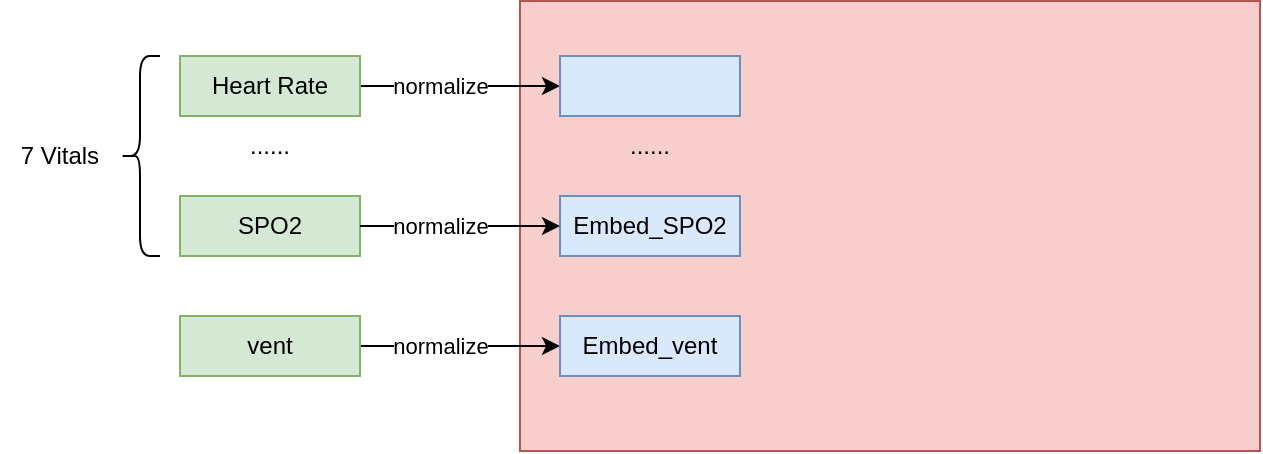
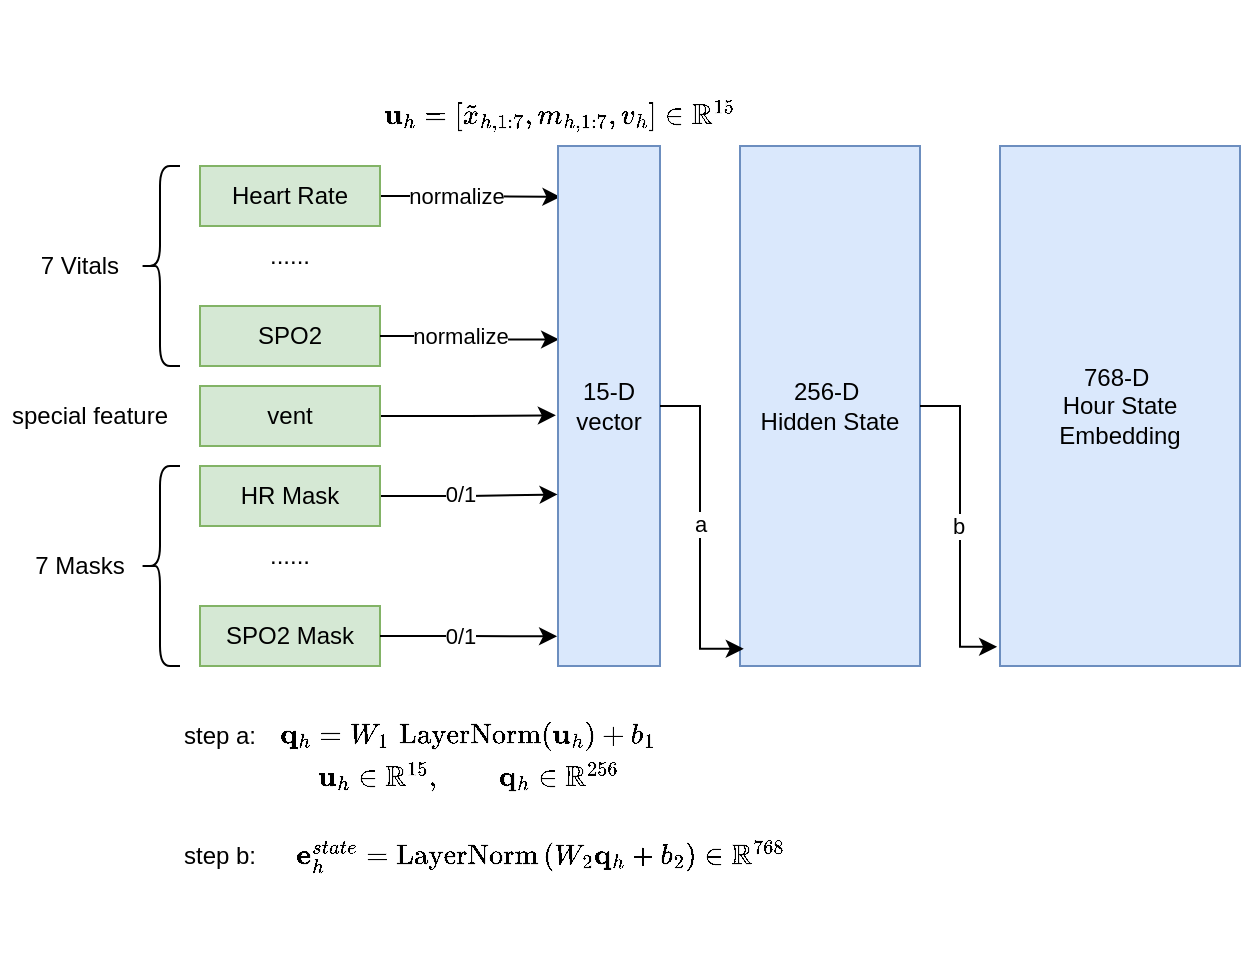
<mxfile host="app.diagrams.net">
  <diagram name="第 1 页" id="nAsU6gyC1mNvlDI-DRoH">
-     <mxGraphModel dx="717" dy="458" grid="1" gridSize="10" guides="1" tooltips="1" connect="1" arrows="1" fold="1" page="1" pageScale="1" pageWidth="827" pageHeight="1169" math="1" shadow="0">
+     <mxGraphModel dx="860" dy="550" grid="1" gridSize="10" guides="1" tooltips="1" connect="1" arrows="1" fold="1" page="1" pageScale="1" pageWidth="827" pageHeight="1169" math="1" shadow="0">
      <root>
        <mxCell id="0" />
        <mxCell id="1" parent="0" />
-         <mxCell id="kKPQh_yyxQglyLtZ7Z46-17" parent="1" style="rounded=0;whiteSpace=wrap;html=1;fillColor=#f8cecc;strokeColor=#b85450;" value="" vertex="1">
-           <mxGeometry height="225" width="370" x="360" y="152.5" as="geometry" />
-         </mxCell>
-         <mxCell id="kKPQh_yyxQglyLtZ7Z46-4" edge="1" parent="1" source="pDWxXRjlAIgQHcPaZFlJ-1" style="edgeStyle=orthogonalEdgeStyle;rounded=0;orthogonalLoop=1;jettySize=auto;html=1;exitX=1;exitY=0.5;exitDx=0;exitDy=0;entryX=0;entryY=0.5;entryDx=0;entryDy=0;" target="kKPQh_yyxQglyLtZ7Z46-1">
-           <mxGeometry relative="1" as="geometry" />
+         <mxCell id="kKPQh_yyxQglyLtZ7Z46-4" edge="1" parent="1" source="pDWxXRjlAIgQHcPaZFlJ-1" style="edgeStyle=orthogonalEdgeStyle;rounded=0;orthogonalLoop=1;jettySize=auto;html=1;exitX=1;exitY=0.5;exitDx=0;exitDy=0;entryX=0.024;entryY=0.098;entryDx=0;entryDy=0;entryPerimeter=0;" target="kKPQh_yyxQglyLtZ7Z46-21">
+           <mxGeometry relative="1" as="geometry">
+             <mxPoint x="380" y="195" as="targetPoint" />
+           </mxGeometry>
        </mxCell>
        <mxCell id="kKPQh_yyxQglyLtZ7Z46-18" connectable="0" parent="kKPQh_yyxQglyLtZ7Z46-4" style="edgeLabel;html=1;align=center;verticalAlign=middle;resizable=0;points=[];" value="normalize" vertex="1">
          <mxGeometry relative="1" x="-0.6228" y="-1" as="geometry">
            <mxPoint x="21" y="-1" as="offset" />
          </mxGeometry>
        </mxCell>
        <mxCell id="pDWxXRjlAIgQHcPaZFlJ-1" parent="1" style="rounded=0;whiteSpace=wrap;html=1;fillColor=#d5e8d4;strokeColor=#82b366;" value="Heart Rate" vertex="1">
          <mxGeometry height="30" width="90" x="190" y="180" as="geometry" />
        </mxCell>
        <mxCell id="pDWxXRjlAIgQHcPaZFlJ-4" parent="1" style="rounded=0;whiteSpace=wrap;html=1;fillColor=#d5e8d4;strokeColor=#82b366;" value="SPO2" vertex="1">
          <mxGeometry height="30" width="90" x="190" y="250" as="geometry" />
        </mxCell>
-         <mxCell id="kKPQh_yyxQglyLtZ7Z46-7" edge="1" parent="1" source="pDWxXRjlAIgQHcPaZFlJ-5" style="edgeStyle=orthogonalEdgeStyle;rounded=0;orthogonalLoop=1;jettySize=auto;html=1;exitX=1;exitY=0.5;exitDx=0;exitDy=0;entryX=0;entryY=0.5;entryDx=0;entryDy=0;" target="kKPQh_yyxQglyLtZ7Z46-3">
-           <mxGeometry relative="1" as="geometry" />
+         <mxCell id="kKPQh_yyxQglyLtZ7Z46-7" edge="1" parent="1" source="pDWxXRjlAIgQHcPaZFlJ-5" style="edgeStyle=orthogonalEdgeStyle;rounded=0;orthogonalLoop=1;jettySize=auto;html=1;exitX=1;exitY=0.5;exitDx=0;exitDy=0;entryX=-0.021;entryY=0.518;entryDx=0;entryDy=0;entryPerimeter=0;" target="kKPQh_yyxQglyLtZ7Z46-21">
+           <mxGeometry relative="1" as="geometry">
+             <mxPoint x="380" y="305" as="targetPoint" />
+           </mxGeometry>
        </mxCell>
        <mxCell id="pDWxXRjlAIgQHcPaZFlJ-5" parent="1" style="rounded=0;whiteSpace=wrap;html=1;fillColor=#d5e8d4;strokeColor=#82b366;" value="vent" vertex="1">
-           <mxGeometry height="30" width="90" x="190" y="310" as="geometry" />
+           <mxGeometry height="30" width="90" x="190" y="290" as="geometry" />
        </mxCell>
        <mxCell id="pDWxXRjlAIgQHcPaZFlJ-6" parent="1" style="text;html=1;whiteSpace=wrap;strokeColor=none;fillColor=none;align=center;verticalAlign=middle;rounded=0;" value="......" vertex="1">
          <mxGeometry height="30" width="60" x="205" y="210" as="geometry" />
        </mxCell>
-         <mxCell id="kKPQh_yyxQglyLtZ7Z46-1" parent="1" style="rounded=0;whiteSpace=wrap;html=1;fillColor=#dae8fc;strokeColor=#6c8ebf;" value="" vertex="1">
-           <mxGeometry height="30" width="90" x="380" y="180" as="geometry" />
-         </mxCell>
-         <mxCell id="kKPQh_yyxQglyLtZ7Z46-2" parent="1" style="rounded=0;whiteSpace=wrap;html=1;fillColor=#dae8fc;strokeColor=#6c8ebf;" value="Embed_SPO2" vertex="1">
-           <mxGeometry height="30" width="90" x="380" y="250" as="geometry" />
-         </mxCell>
-         <mxCell id="kKPQh_yyxQglyLtZ7Z46-3" parent="1" style="rounded=0;whiteSpace=wrap;html=1;fillColor=#dae8fc;strokeColor=#6c8ebf;" value="Embed_vent" vertex="1">
-           <mxGeometry height="30" width="90" x="380" y="310" as="geometry" />
-         </mxCell>
-         <mxCell id="kKPQh_yyxQglyLtZ7Z46-5" edge="1" parent="1" source="pDWxXRjlAIgQHcPaZFlJ-4" style="edgeStyle=orthogonalEdgeStyle;rounded=0;orthogonalLoop=1;jettySize=auto;html=1;entryX=0;entryY=0.5;entryDx=0;entryDy=0;exitX=1;exitY=0.5;exitDx=0;exitDy=0;" target="kKPQh_yyxQglyLtZ7Z46-2">
+         <mxCell id="kKPQh_yyxQglyLtZ7Z46-5" edge="1" parent="1" source="pDWxXRjlAIgQHcPaZFlJ-4" style="edgeStyle=orthogonalEdgeStyle;rounded=0;orthogonalLoop=1;jettySize=auto;html=1;exitX=1;exitY=0.5;exitDx=0;exitDy=0;entryX=0.011;entryY=0.372;entryDx=0;entryDy=0;entryPerimeter=0;" target="kKPQh_yyxQglyLtZ7Z46-21">
          <mxGeometry relative="1" as="geometry">
-             <Array as="points">
-               <mxPoint x="330" y="265" />
-               <mxPoint x="330" y="265" />
-             </Array>
+             <Array as="points" />
            <mxPoint x="330" y="260" as="sourcePoint" />
-             <mxPoint x="430" y="260" as="targetPoint" />
+             <mxPoint x="380" y="265" as="targetPoint" />
          </mxGeometry>
-         </mxCell>
-         <mxCell id="kKPQh_yyxQglyLtZ7Z46-8" parent="1" style="text;html=1;whiteSpace=wrap;strokeColor=none;fillColor=none;align=center;verticalAlign=middle;rounded=0;" value="......" vertex="1">
-           <mxGeometry height="30" width="60" x="395" y="210" as="geometry" />
        </mxCell>
        <mxCell id="kKPQh_yyxQglyLtZ7Z46-13" parent="1" style="shape=curlyBracket;whiteSpace=wrap;html=1;rounded=1;labelPosition=left;verticalLabelPosition=middle;align=right;verticalAlign=middle;" value="" vertex="1">
          <mxGeometry height="100" width="20" x="160" y="180" as="geometry" />
        </mxCell>
        <mxCell id="kKPQh_yyxQglyLtZ7Z46-14" parent="1" style="text;html=1;whiteSpace=wrap;strokeColor=none;fillColor=none;align=center;verticalAlign=middle;rounded=0;" value="7 Vitals" vertex="1">
          <mxGeometry height="30" width="60" x="100" y="215" as="geometry" />
        </mxCell>
        <mxCell id="kKPQh_yyxQglyLtZ7Z46-19" connectable="0" parent="1" style="edgeLabel;html=1;align=center;verticalAlign=middle;resizable=0;points=[];" value="normalize" vertex="1">
          <mxGeometry x="320" y="265" as="geometry" />
        </mxCell>
-         <mxCell id="kKPQh_yyxQglyLtZ7Z46-20" connectable="0" parent="1" style="edgeLabel;html=1;align=center;verticalAlign=middle;resizable=0;points=[];" value="normalize" vertex="1">
-           <mxGeometry x="320" y="325" as="geometry" />
+         <mxCell id="kKPQh_yyxQglyLtZ7Z46-21" parent="1" style="rounded=0;whiteSpace=wrap;html=1;fillColor=#dae8fc;strokeColor=#6c8ebf;" value="15-D vector" vertex="1">
+           <mxGeometry height="260" width="51" x="369" y="170" as="geometry" />
+         </mxCell>
+         <mxCell id="kKPQh_yyxQglyLtZ7Z46-22" edge="1" parent="1" source="kKPQh_yyxQglyLtZ7Z46-24" style="edgeStyle=orthogonalEdgeStyle;rounded=0;orthogonalLoop=1;jettySize=auto;html=1;exitX=1;exitY=0.5;exitDx=0;exitDy=0;entryX=-0.004;entryY=0.67;entryDx=0;entryDy=0;entryPerimeter=0;" target="kKPQh_yyxQglyLtZ7Z46-21">
+           <mxGeometry relative="1" as="geometry">
+             <mxPoint x="380" y="345" as="targetPoint" />
+           </mxGeometry>
+         </mxCell>
+         <mxCell id="kKPQh_yyxQglyLtZ7Z46-30" connectable="0" parent="kKPQh_yyxQglyLtZ7Z46-22" style="edgeLabel;html=1;align=center;verticalAlign=middle;resizable=0;points=[];" value="0/1" vertex="1">
+           <mxGeometry relative="1" x="-0.1137" y="1" as="geometry">
+             <mxPoint as="offset" />
+           </mxGeometry>
+         </mxCell>
+         <mxCell id="kKPQh_yyxQglyLtZ7Z46-24" parent="1" style="rounded=0;whiteSpace=wrap;html=1;fillColor=#d5e8d4;strokeColor=#82b366;" value="HR Mask" vertex="1">
+           <mxGeometry height="30" width="90" x="190" y="330" as="geometry" />
+         </mxCell>
+         <mxCell id="kKPQh_yyxQglyLtZ7Z46-25" parent="1" style="rounded=0;whiteSpace=wrap;html=1;fillColor=#d5e8d4;strokeColor=#82b366;" value="SPO2 Mask" vertex="1">
+           <mxGeometry height="30" width="90" x="190" y="400" as="geometry" />
+         </mxCell>
+         <mxCell id="kKPQh_yyxQglyLtZ7Z46-26" parent="1" style="text;html=1;whiteSpace=wrap;strokeColor=none;fillColor=none;align=center;verticalAlign=middle;rounded=0;" value="......" vertex="1">
+           <mxGeometry height="30" width="60" x="205" y="360" as="geometry" />
+         </mxCell>
+         <mxCell id="kKPQh_yyxQglyLtZ7Z46-27" edge="1" parent="1" source="kKPQh_yyxQglyLtZ7Z46-25" style="edgeStyle=orthogonalEdgeStyle;rounded=0;orthogonalLoop=1;jettySize=auto;html=1;entryX=-0.009;entryY=0.943;entryDx=0;entryDy=0;exitX=1;exitY=0.5;exitDx=0;exitDy=0;entryPerimeter=0;" target="kKPQh_yyxQglyLtZ7Z46-21">
+           <mxGeometry relative="1" as="geometry">
+             <Array as="points" />
+             <mxPoint x="330" y="410" as="sourcePoint" />
+             <mxPoint x="380" y="415" as="targetPoint" />
+           </mxGeometry>
+         </mxCell>
+         <mxCell id="kKPQh_yyxQglyLtZ7Z46-28" parent="1" style="shape=curlyBracket;whiteSpace=wrap;html=1;rounded=1;labelPosition=left;verticalLabelPosition=middle;align=right;verticalAlign=middle;" value="" vertex="1">
+           <mxGeometry height="100" width="20" x="160" y="330" as="geometry" />
+         </mxCell>
+         <mxCell id="kKPQh_yyxQglyLtZ7Z46-29" connectable="0" parent="1" style="edgeLabel;html=1;align=center;verticalAlign=middle;resizable=0;points=[];" value="0/1" vertex="1">
+           <mxGeometry x="320" y="415" as="geometry" />
+         </mxCell>
+         <mxCell id="kKPQh_yyxQglyLtZ7Z46-31" parent="1" style="text;html=1;whiteSpace=wrap;strokeColor=none;fillColor=none;align=center;verticalAlign=middle;rounded=0;" value="7 Masks" vertex="1">
+           <mxGeometry height="30" width="60" x="100" y="365" as="geometry" />
+         </mxCell>
+         <mxCell id="kKPQh_yyxQglyLtZ7Z46-32" parent="1" style="text;html=1;whiteSpace=wrap;strokeColor=none;fillColor=none;align=center;verticalAlign=middle;rounded=0;" value="\(\mathbf u_h=&lt;br/&gt;[&lt;br/&gt;\tilde{x}_{h,1:7},&lt;br/&gt;m_{h,1:7},&lt;br/&gt;v_h&lt;br/&gt;]&lt;br/&gt;\in\mathbb R^{15}\)" vertex="1">
+           <mxGeometry height="30" width="60" x="340" y="140" as="geometry" />
+         </mxCell>
+         <mxCell id="kKPQh_yyxQglyLtZ7Z46-33" parent="1" style="text;html=1;whiteSpace=wrap;strokeColor=none;fillColor=none;align=center;verticalAlign=middle;rounded=0;" value="special feature" vertex="1">
+           <mxGeometry height="30" width="90" x="90" y="290" as="geometry" />
+         </mxCell>
+         <mxCell id="kKPQh_yyxQglyLtZ7Z46-35" parent="1" style="rounded=0;whiteSpace=wrap;html=1;fillColor=#dae8fc;strokeColor=#6c8ebf;" value="256-D&amp;nbsp;&lt;div&gt;Hidden State&lt;/div&gt;" vertex="1">
+           <mxGeometry height="260" width="90" x="460" y="170" as="geometry" />
+         </mxCell>
+         <mxCell id="kKPQh_yyxQglyLtZ7Z46-47" parent="1" style="rounded=0;whiteSpace=wrap;html=1;fillColor=#dae8fc;strokeColor=#6c8ebf;" value="768-D&amp;nbsp;&lt;div&gt;Hour State Embedding&lt;/div&gt;" vertex="1">
+           <mxGeometry height="260" width="120" x="590" y="170" as="geometry" />
+         </mxCell>
+         <mxCell id="kKPQh_yyxQglyLtZ7Z46-48" edge="1" parent="1" source="kKPQh_yyxQglyLtZ7Z46-21" style="edgeStyle=orthogonalEdgeStyle;rounded=0;orthogonalLoop=1;jettySize=auto;html=1;entryX=0.021;entryY=0.967;entryDx=0;entryDy=0;entryPerimeter=0;" target="kKPQh_yyxQglyLtZ7Z46-35">
+           <mxGeometry relative="1" as="geometry" />
+         </mxCell>
+         <mxCell id="kKPQh_yyxQglyLtZ7Z46-51" connectable="0" parent="kKPQh_yyxQglyLtZ7Z46-48" style="edgeLabel;html=1;align=center;verticalAlign=middle;resizable=0;points=[];" value="a" vertex="1">
+           <mxGeometry relative="1" x="-0.0352" as="geometry">
+             <mxPoint as="offset" />
+           </mxGeometry>
+         </mxCell>
+         <mxCell id="kKPQh_yyxQglyLtZ7Z46-49" edge="1" parent="1" source="kKPQh_yyxQglyLtZ7Z46-35" style="edgeStyle=orthogonalEdgeStyle;rounded=0;orthogonalLoop=1;jettySize=auto;html=1;entryX=-0.012;entryY=0.963;entryDx=0;entryDy=0;entryPerimeter=0;" target="kKPQh_yyxQglyLtZ7Z46-47">
+           <mxGeometry relative="1" as="geometry" />
+         </mxCell>
+         <mxCell id="kKPQh_yyxQglyLtZ7Z46-52" connectable="0" parent="kKPQh_yyxQglyLtZ7Z46-49" style="edgeLabel;html=1;align=center;verticalAlign=middle;resizable=0;points=[];" value="b" vertex="1">
+           <mxGeometry relative="1" x="0.0013" y="-1" as="geometry">
+             <mxPoint as="offset" />
+           </mxGeometry>
+         </mxCell>
+         <mxCell id="kKPQh_yyxQglyLtZ7Z46-54" connectable="0" parent="1" style="group" value="" vertex="1">
+           <mxGeometry height="50" width="184" x="170" y="450" as="geometry" />
+         </mxCell>
+         <mxCell id="kKPQh_yyxQglyLtZ7Z46-40" connectable="0" parent="kKPQh_yyxQglyLtZ7Z46-54" style="group" value="" vertex="1">
+           <mxGeometry height="50" width="60" x="124" as="geometry" />
+         </mxCell>
+         <mxCell id="kKPQh_yyxQglyLtZ7Z46-37" parent="kKPQh_yyxQglyLtZ7Z46-40" style="text;html=1;whiteSpace=wrap;strokeColor=none;fillColor=none;align=center;verticalAlign=middle;rounded=0;" value="\(\mathbf q_h&lt;br/&gt;=&lt;br/&gt;W_1\,\operatorname{LayerNorm}(\mathbf u_h)+b_1\)" vertex="1">
+           <mxGeometry height="30" width="60" as="geometry" />
+         </mxCell>
+         <mxCell id="kKPQh_yyxQglyLtZ7Z46-38" parent="kKPQh_yyxQglyLtZ7Z46-40" style="text;html=1;whiteSpace=wrap;strokeColor=none;fillColor=none;align=center;verticalAlign=middle;rounded=0;" value="\(\mathbf u_h\in\mathbb R^{15},&lt;br/&gt;\qquad&lt;br/&gt;\mathbf q_h\in\mathbb R^{256}\)" vertex="1">
+           <mxGeometry height="30" width="60" y="20" as="geometry" />
+         </mxCell>
+         <mxCell id="kKPQh_yyxQglyLtZ7Z46-53" parent="kKPQh_yyxQglyLtZ7Z46-54" style="text;html=1;whiteSpace=wrap;strokeColor=none;fillColor=none;align=center;verticalAlign=middle;rounded=0;" value="step a:" vertex="1">
+           <mxGeometry height="30" width="60" as="geometry" />
+         </mxCell>
+         <mxCell id="kKPQh_yyxQglyLtZ7Z46-57" connectable="0" parent="1" style="group" value="" vertex="1">
+           <mxGeometry height="50" width="220" x="170" y="500" as="geometry" />
+         </mxCell>
+         <mxCell id="kKPQh_yyxQglyLtZ7Z46-50" parent="kKPQh_yyxQglyLtZ7Z46-57" style="text;html=1;whiteSpace=wrap;strokeColor=none;fillColor=none;align=center;verticalAlign=middle;rounded=0;" value="\(\mathbf e_h^{state}&lt;br/&gt;=&lt;br/&gt;\operatorname{LayerNorm}&lt;br/&gt;\left(&lt;br/&gt;W_2\mathbf q_h+b_2&lt;br/&gt;\right)&lt;br/&gt;\in\mathbb R^{768}\)" vertex="1">
+           <mxGeometry height="50" width="60" x="160" as="geometry" />
+         </mxCell>
+         <mxCell id="kKPQh_yyxQglyLtZ7Z46-56" parent="kKPQh_yyxQglyLtZ7Z46-57" style="text;html=1;whiteSpace=wrap;strokeColor=none;fillColor=none;align=center;verticalAlign=middle;rounded=0;" value="step b:" vertex="1">
+           <mxGeometry height="30" width="60" y="10" as="geometry" />
        </mxCell>
      </root>
    </mxGraphModel>
  </diagram>
</mxfile>
